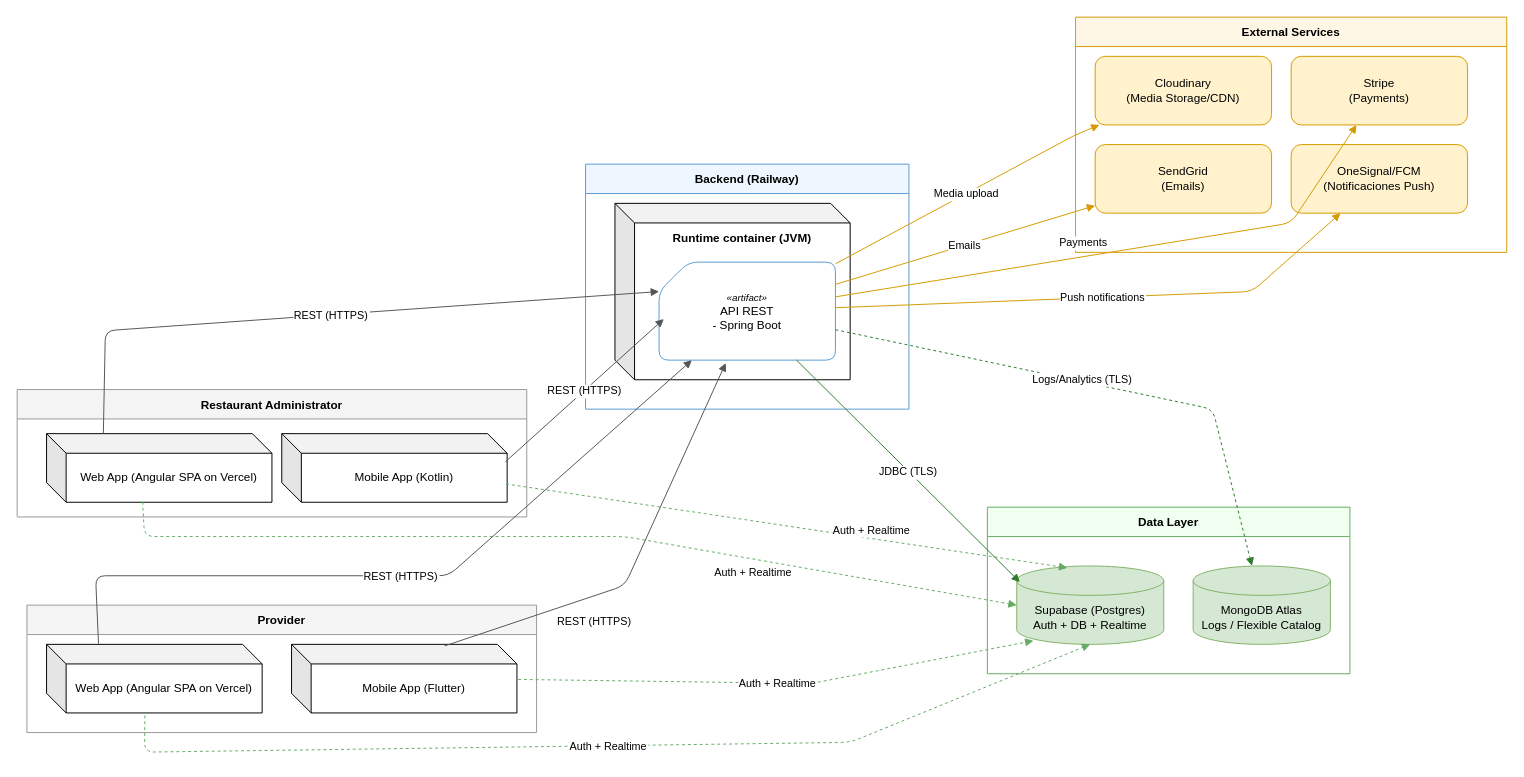
Above: assets/uml/software-deployment-diagram.dio in Aplicaciones-para-Dispositivos-Moviles/Report (draw.io), before the change. Source tidied: cells renumbered, new cells numbered last; positions are measured from the earlier drawing's top-left corner, leaving out a move shared by most shapes. Both pictures are drawn from the tidied source at 98%, with x=0, y=0 at pixel (17, 17).
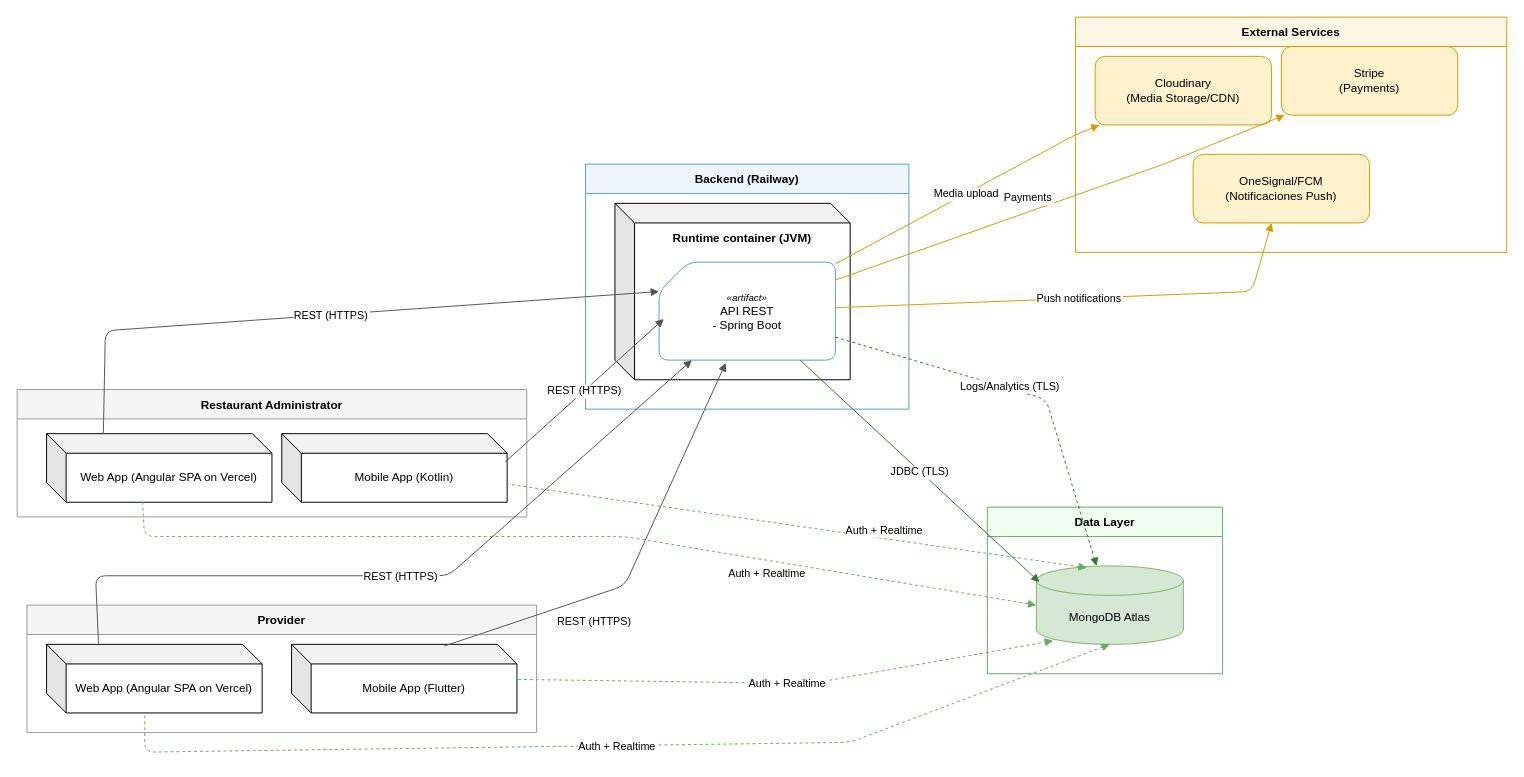
The same diagram, later.

Commit message (it also covers changes not shown here):
fix: update PurchaseOrdersController and refine deployment diagram layout

The change refers to these unchanged cells:
```xml
<mxCell id="10" value="&lt;div&gt;&lt;span style=&quot;color: rgb(0, 0, 0); font-family: sans-serif; font-style: italic; text-align: start; text-wrap-mode: nowrap; background-color: light-dark(#ffffff, var(--ge-dark-color, #121212));&quot;&gt;&lt;font style=&quot;font-size: 10px;&quot;&gt;«artifact»&lt;/font&gt;&lt;/span&gt;&lt;/div&gt;&lt;div&gt;&lt;span style=&quot;background-color: transparent;&quot;&gt;API REST&lt;/span&gt;&lt;/div&gt;- Spring Boot" style="shape=card;rounded=1;whiteSpace=wrap;html=1;fillColor=#ffffff;strokeColor=#5b9bd5;" parent="8" vertex="1">
  <mxGeometry x="75" y="100" width="180" height="100" as="geometry" />
</mxCell>
<mxCell id="15" value="External Services" style="swimlane;fontStyle=1;startSize=30;fillColor=#fff7e6;strokeColor=#d79b00;" parent="1" vertex="1">
  <mxGeometry x="1080" width="440" height="240" as="geometry" />
</mxCell>
```

Change to the diagram source:
```diff
@@
     <mxCell id="12" value="Data Layer" style="swimlane;fontStyle=1;startSize=30;fillColor=#f0fff0;strokeColor=#66aa66;" parent="1" vertex="1">
-      <mxGeometry x="990" y="500" width="370" height="170" as="geometry" />
+      <mxGeometry x="990" y="500" width="240" height="170" as="geometry" />
     </mxCell>
-    <mxCell id="13" value="&lt;span style=&quot;color: rgb(0, 0, 0);&quot;&gt;Supabase (Postgres)&lt;/span&gt;&lt;br style=&quot;color: rgb(63, 63, 63); scrollbar-color: rgb(226, 226, 226) rgb(251, 251, 251);&quot;&gt;&lt;span style=&quot;color: rgb(0, 0, 0);&quot;&gt;Auth + DB + Realtime&lt;/span&gt;" style="shape=cylinder3;whiteSpace=wrap;html=1;boundedLbl=1;backgroundOutline=1;size=15;fillColor=#d5e8d4;strokeColor=#82b366;" parent="12" vertex="1">
-      <mxGeometry x="30" y="60" width="150" height="80" as="geometry" />
+    <mxCell id="13" value="&lt;span style=&quot;scrollbar-color: rgb(226, 226, 226) rgb(251, 251, 251); color: rgb(0, 0, 0);&quot;&gt;MongoDB Atlas&lt;/span&gt;" style="shape=cylinder3;whiteSpace=wrap;html=1;boundedLbl=1;backgroundOutline=1;size=15;fillColor=#d5e8d4;strokeColor=#82b366;" parent="12" vertex="1">
+      <mxGeometry x="50" y="60" width="150" height="80" as="geometry" />
     </mxCell>
-    <mxCell id="14" value="&lt;span style=&quot;color: rgb(0, 0, 0);&quot;&gt;MongoDB Atlas&lt;/span&gt;&lt;br style=&quot;color: rgb(63, 63, 63); scrollbar-color: rgb(226, 226, 226) rgb(251, 251, 251);&quot;&gt;&lt;span style=&quot;color: rgb(0, 0, 0);&quot;&gt;Logs / Flexible Catalog&lt;/span&gt;" style="shape=cylinder3;whiteSpace=wrap;html=1;boundedLbl=1;backgroundOutline=1;size=15;fillColor=#d5e8d4;strokeColor=#82b366;" parent="12" vertex="1">
-      <mxGeometry x="210" y="60" width="140" height="80" as="geometry" />
-    </mxCell>
@@
     <mxCell id="17" value="Stripe&lt;br&gt;(Payments)" style="rounded=1;whiteSpace=wrap;html=1;fillColor=#fff2cc;strokeColor=#d79b00;" parent="15" vertex="1">
-      <mxGeometry x="220" y="40" width="180" height="70" as="geometry" />
+      <mxGeometry x="210" y="30" width="180" height="70" as="geometry" />
     </mxCell>
-    <mxCell id="18" value="SendGrid&#10;(Emails)" style="rounded=1;whiteSpace=wrap;html=1;fillColor=#fff2cc;strokeColor=#d79b00;" parent="15" vertex="1">
-      <mxGeometry x="20" y="130" width="180" height="70" as="geometry" />
-    </mxCell>
     <mxCell id="19" value="OneSignal/FCM&#10;(Notificaciones Push)" style="rounded=1;whiteSpace=wrap;html=1;fillColor=#fff2cc;strokeColor=#d79b00;" parent="15" vertex="1">
-      <mxGeometry x="220" y="130" width="180" height="70" as="geometry" />
+      <mxGeometry x="120" y="140" width="180" height="70" as="geometry" />
     </mxCell>
@@
-    <mxCell id="29" value="Logs/Analytics (TLS)" style="dashed=1;endArrow=block;strokeColor=#2d7d2d;" parent="1" edge="1" source="10" target="14">
+    <mxCell id="29" value="Logs/Analytics (TLS)" style="dashed=1;endArrow=block;strokeColor=#2d7d2d;entryX=0.41;entryY=0.001;entryDx=0;entryDy=0;entryPerimeter=0;" parent="1" edge="1" source="10" target="13">
       <mxGeometry x="-0.08" y="3" relative="1" as="geometry">
         <Array as="points">
-          <mxPoint x="1220" y="400" />
+          <mxPoint x="1050" y="390" />
         </Array>
       </mxGeometry>
     </mxCell>
@@
     <mxCell id="31" value="Payments" style="endArrow=block;strokeColor=#d79b00;" parent="1" edge="1" source="10" target="17">
       <mxGeometry x="-0.12" y="15" relative="1" as="geometry">
         <Array as="points">
-          <mxPoint x="1300" y="210" />
+          <mxPoint x="1170" y="150" />
         </Array>
         <mxPoint x="-1" y="1" as="offset" />
       </mxGeometry>
     </mxCell>
-    <mxCell id="32" value="Emails" style="endArrow=block;strokeColor=#d79b00;" parent="1" edge="1" source="10" target="18">
-      <mxGeometry relative="1" as="geometry" />
-    </mxCell>
```
